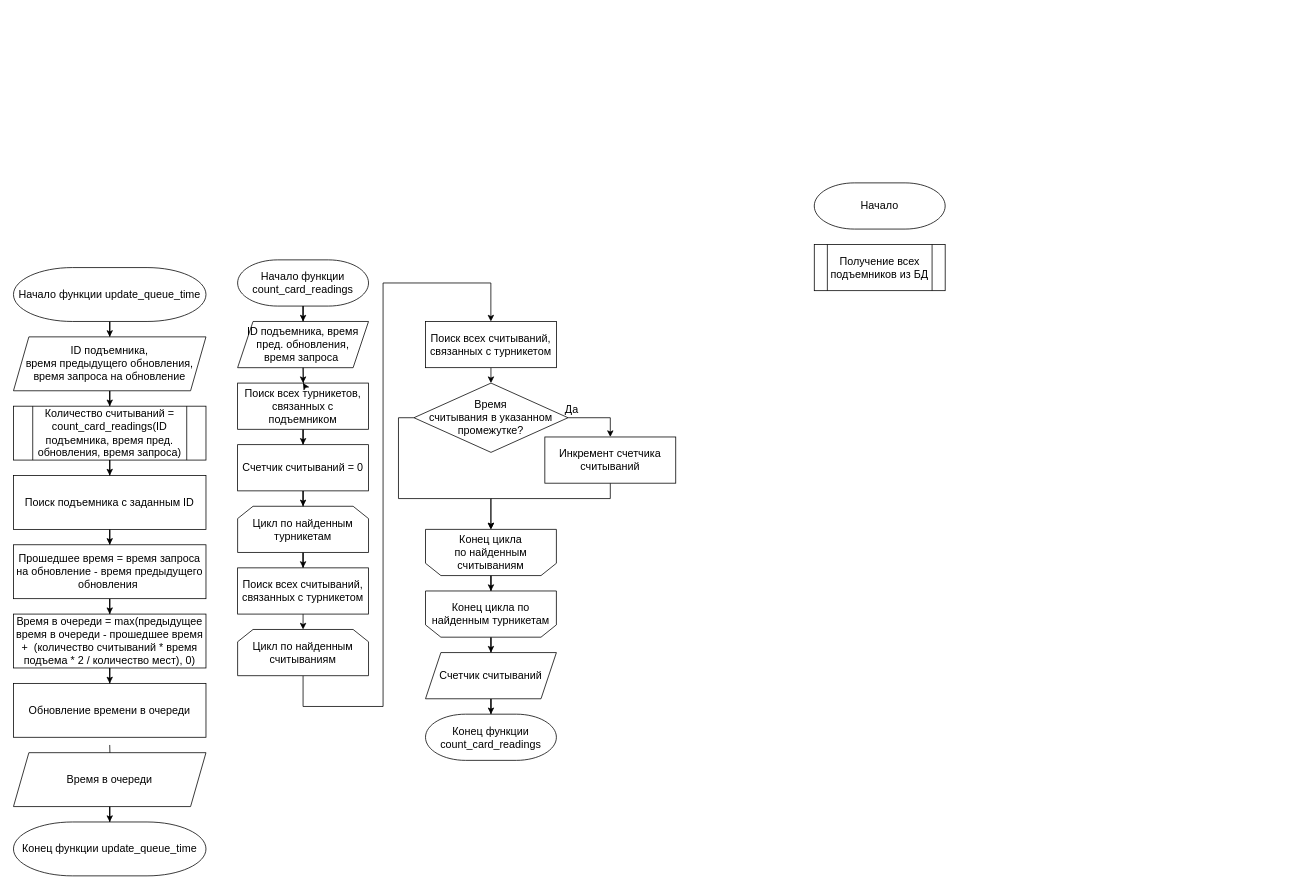
Before: docs/imgs/experiment/function.drawio in alena-zayts/BMSTU_6sem_software_design, a draw.io diagram. Source tidied: cells renumbered, new cells numbered last; positions are measured from the earlier drawing's top-left corner, leaving out a move shared by most shapes. Both pictures are drawn from the tidied source at 77%, with x=0, y=0 at pixel (13, 182).
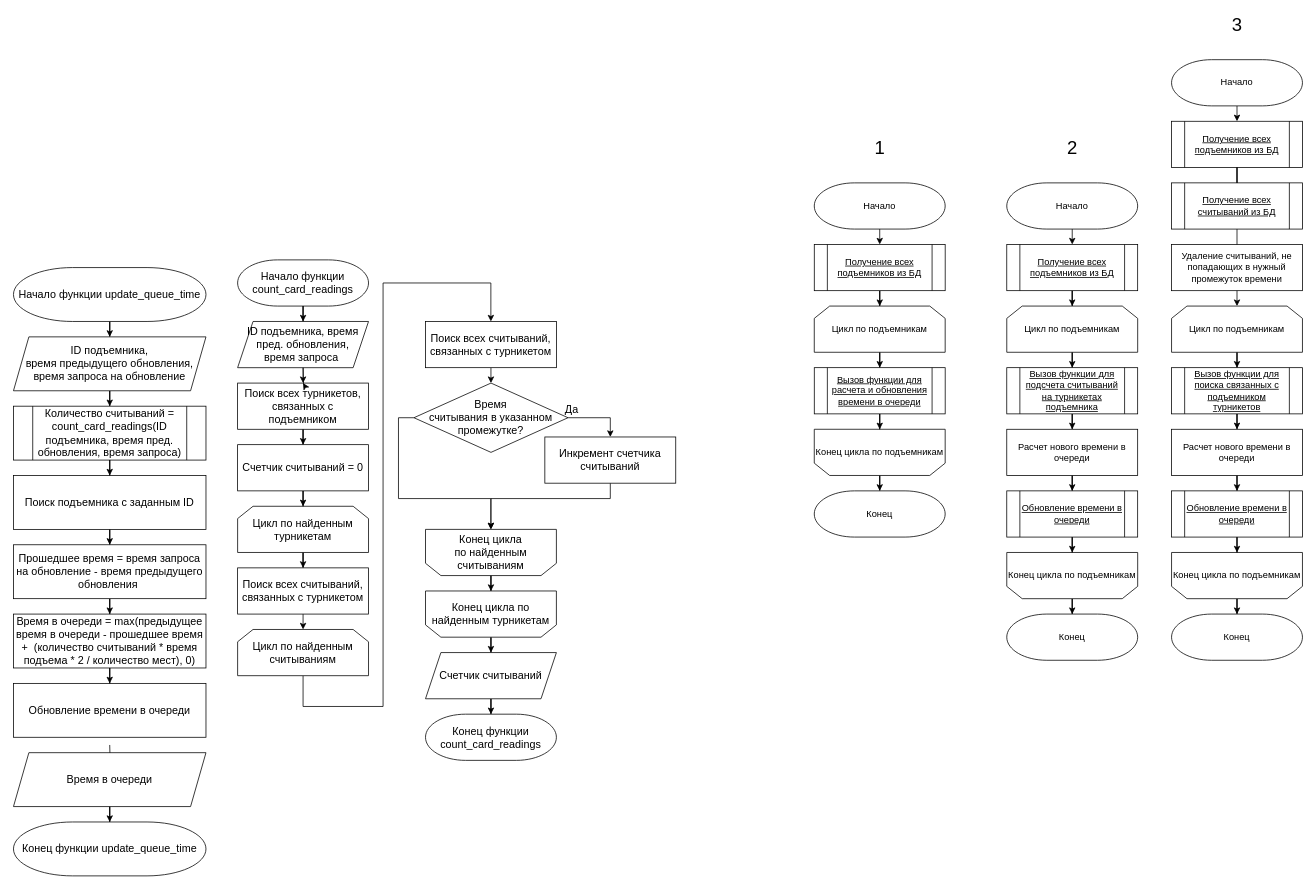
After the change.

The edit, as a diff of the source:
```diff
@@
+    <mxCell id="50" style="edgeStyle=orthogonalEdgeStyle;rounded=0;jettySize=auto;html=1;exitX=0.5;exitY=1;exitDx=0;exitDy=0;exitPerimeter=0;entryX=0.5;entryY=0;entryDx=0;entryDy=0;fontSize=12;" parent="1" edge="1" source="48" target="49">
+      <mxGeometry relative="1" as="geometry" />
+    </mxCell>
-    <mxCell id="48" value="Начало" style="strokeWidth=1;shape=mxgraph.flowchart.terminator;whiteSpace=wrap;fontFamily=Helvetica;fontSize=14;fontStyle=0;" parent="1" vertex="1">
+    <mxCell id="48" value="Начало" style="strokeWidth=1;shape=mxgraph.flowchart.terminator;whiteSpace=wrap;fontFamily=Helvetica;fontSize=12;fontStyle=0;" parent="1" vertex="1">
       <mxGeometry x="1040" width="170" height="60" as="geometry" />
     </mxCell>
+    <mxCell id="51" style="edgeStyle=orthogonalEdgeStyle;rounded=0;jettySize=auto;html=1;exitX=0.5;exitY=1;exitDx=0;exitDy=0;fontSize=12;" parent="1" edge="1" source="49" target="53">
+      <mxGeometry relative="1" as="geometry" />
+    </mxCell>
-    <mxCell id="49" value="Получение всех подъемников из БД" style="shape=process;whiteSpace=wrap;backgroundOutline=1;fontFamily=Helvetica;fontSize=14;fontStyle=0;" parent="1" vertex="1">
+    <mxCell id="49" value="Получение всех подъемников из БД" style="shape=process;whiteSpace=wrap;backgroundOutline=1;fontFamily=Helvetica;fontSize=12;fontStyle=4;" parent="1" vertex="1">
       <mxGeometry x="1040" y="80" width="170" height="60" as="geometry" />
     </mxCell>
+    <mxCell id="52" style="edgeStyle=orthogonalEdgeStyle;rounded=0;jettySize=auto;html=1;fontSize=12;" parent="1" edge="1" source="53" target="57">
+      <mxGeometry relative="1" as="geometry" />
+    </mxCell>
+    <mxCell id="53" value="&lt;span style=&quot;font-size: 12px;&quot;&gt;Цикл по подъемникам&lt;/span&gt;" style="shape=loopLimit;whiteSpace=wrap;html=1;strokeWidth=1;fontSize=12;" parent="1" vertex="1">
+      <mxGeometry x="1040" y="160" width="170" height="60" as="geometry" />
+    </mxCell>
+    <mxCell id="54" style="edgeStyle=orthogonalEdgeStyle;rounded=0;jettySize=auto;html=1;fontSize=12;" parent="1" edge="1" source="55" target="58">
+      <mxGeometry relative="1" as="geometry" />
+    </mxCell>
+    <mxCell id="55" value="&lt;span style=&quot;font-size: 12px;&quot;&gt;Конец цикла по&amp;nbsp;&lt;/span&gt;подъемникам" style="shape=loopLimit;whiteSpace=wrap;html=1;strokeWidth=1;direction=west;fontSize=12;" parent="1" vertex="1">
+      <mxGeometry x="1040" y="320" width="170" height="60" as="geometry" />
+    </mxCell>
+    <mxCell id="56" style="edgeStyle=orthogonalEdgeStyle;rounded=0;jettySize=auto;html=1;fontSize=12;" parent="1" edge="1" source="57" target="55">
+      <mxGeometry relative="1" as="geometry" />
+    </mxCell>
+    <mxCell id="57" value="Вызов функции для расчета и обновления времени в очереди" style="shape=process;whiteSpace=wrap;backgroundOutline=1;fontFamily=Helvetica;fontSize=12;fontStyle=4;" parent="1" vertex="1">
+      <mxGeometry x="1040" y="240" width="170" height="60" as="geometry" />
+    </mxCell>
+    <mxCell id="58" value="Конец" style="strokeWidth=1;shape=mxgraph.flowchart.terminator;whiteSpace=wrap;fontFamily=Helvetica;fontSize=12;fontStyle=0;" parent="1" vertex="1">
+      <mxGeometry x="1040" y="400" width="170" height="60" as="geometry" />
+    </mxCell>
+    <mxCell id="59" value="1" style="text;html=1;align=center;verticalAlign=middle;strokeColor=none;fillColor=none;fontSize=24;" parent="1" vertex="1">
+      <mxGeometry x="1110" y="-60" width="30" height="30" as="geometry" />
+    </mxCell>
+    <mxCell id="60" style="edgeStyle=orthogonalEdgeStyle;rounded=0;jettySize=auto;html=1;exitX=0.5;exitY=1;exitDx=0;exitDy=0;exitPerimeter=0;entryX=0.5;entryY=0;entryDx=0;entryDy=0;fontSize=12;" parent="1" edge="1" source="61" target="63">
+      <mxGeometry relative="1" as="geometry" />
+    </mxCell>
+    <mxCell id="61" value="Начало" style="strokeWidth=1;shape=mxgraph.flowchart.terminator;whiteSpace=wrap;fontFamily=Helvetica;fontSize=12;fontStyle=0;" parent="1" vertex="1">
+      <mxGeometry x="1290" width="170" height="60" as="geometry" />
+    </mxCell>
+    <mxCell id="62" style="edgeStyle=orthogonalEdgeStyle;rounded=0;jettySize=auto;html=1;exitX=0.5;exitY=1;exitDx=0;exitDy=0;fontSize=12;" parent="1" edge="1" source="63" target="65">
+      <mxGeometry relative="1" as="geometry" />
+    </mxCell>
+    <mxCell id="63" value="Получение всех подъемников из БД" style="shape=process;whiteSpace=wrap;backgroundOutline=1;fontFamily=Helvetica;fontSize=12;fontStyle=4;" parent="1" vertex="1">
+      <mxGeometry x="1290" y="80" width="170" height="60" as="geometry" />
+    </mxCell>
+    <mxCell id="64" style="edgeStyle=orthogonalEdgeStyle;rounded=0;jettySize=auto;html=1;fontSize=12;" parent="1" edge="1" source="65" target="70">
+      <mxGeometry relative="1" as="geometry" />
+    </mxCell>
+    <mxCell id="65" value="&lt;span style=&quot;font-size: 12px;&quot;&gt;Цикл по подъемникам&lt;/span&gt;" style="shape=loopLimit;whiteSpace=wrap;html=1;strokeWidth=1;fontSize=12;" parent="1" vertex="1">
+      <mxGeometry x="1290" y="160" width="170" height="60" as="geometry" />
+    </mxCell>
+    <mxCell id="66" style="edgeStyle=orthogonalEdgeStyle;rounded=0;jettySize=auto;html=1;fontSize=12;" parent="1" edge="1" source="67" target="71">
+      <mxGeometry relative="1" as="geometry" />
+    </mxCell>
+    <mxCell id="67" value="&lt;span style=&quot;font-size: 12px;&quot;&gt;Конец цикла по&amp;nbsp;&lt;/span&gt;подъемникам" style="shape=loopLimit;whiteSpace=wrap;html=1;strokeWidth=1;direction=west;fontSize=12;" parent="1" vertex="1">
+      <mxGeometry x="1290" y="480" width="170" height="60" as="geometry" />
+    </mxCell>
+    <mxCell id="68" style="edgeStyle=orthogonalEdgeStyle;rounded=0;jettySize=auto;html=1;fontSize=12;startArrow=none;" parent="1" edge="1" source="75" target="67">
+      <mxGeometry relative="1" as="geometry" />
+    </mxCell>
+    <mxCell id="69" style="edgeStyle=orthogonalEdgeStyle;rounded=0;jettySize=auto;html=1;fontSize=12;" parent="1" edge="1" source="70" target="74">
+      <mxGeometry relative="1" as="geometry" />
+    </mxCell>
+    <mxCell id="70" value="Вызов функции для подсчета считываний на турникетах подъемника" style="shape=process;whiteSpace=wrap;backgroundOutline=1;fontFamily=Helvetica;fontSize=12;fontStyle=4;" parent="1" vertex="1">
+      <mxGeometry x="1290" y="240" width="170" height="60" as="geometry" />
+    </mxCell>
+    <mxCell id="71" value="Конец" style="strokeWidth=1;shape=mxgraph.flowchart.terminator;whiteSpace=wrap;fontFamily=Helvetica;fontSize=12;fontStyle=0;" parent="1" vertex="1">
+      <mxGeometry x="1290" y="560" width="170" height="60" as="geometry" />
+    </mxCell>
+    <mxCell id="72" value="2" style="text;html=1;align=center;verticalAlign=middle;strokeColor=none;fillColor=none;fontSize=24;" parent="1" vertex="1">
+      <mxGeometry x="1360" y="-60" width="30" height="30" as="geometry" />
+    </mxCell>
+    <mxCell id="73" style="edgeStyle=orthogonalEdgeStyle;rounded=0;jettySize=auto;html=1;fontSize=12;" parent="1" edge="1" source="74" target="75">
+      <mxGeometry relative="1" as="geometry" />
+    </mxCell>
+    <mxCell id="74" value="Расчет нового времени в очереди" style="rounded=0;whiteSpace=wrap;strokeWidth=1;fontFamily=Helvetica;fontSize=12;fontStyle=0;" parent="1" vertex="1">
+      <mxGeometry x="1290" y="320" width="170" height="60" as="geometry" />
+    </mxCell>
+    <mxCell id="75" value="Обновление времени в очереди" style="shape=process;whiteSpace=wrap;backgroundOutline=1;fontFamily=Helvetica;fontSize=12;fontStyle=4;" parent="1" vertex="1">
+      <mxGeometry x="1290" y="400" width="170" height="60" as="geometry" />
+    </mxCell>
+    <mxCell id="76" style="edgeStyle=orthogonalEdgeStyle;rounded=0;jettySize=auto;html=1;exitX=0.5;exitY=1;exitDx=0;exitDy=0;exitPerimeter=0;entryX=0.5;entryY=0;entryDx=0;entryDy=0;fontSize=12;" parent="1" edge="1" source="77" target="79">
+      <mxGeometry relative="1" as="geometry" />
+    </mxCell>
+    <mxCell id="77" value="Начало" style="strokeWidth=1;shape=mxgraph.flowchart.terminator;whiteSpace=wrap;fontFamily=Helvetica;fontSize=12;fontStyle=0;" parent="1" vertex="1">
+      <mxGeometry x="1504" y="-160" width="170" height="60" as="geometry" />
+    </mxCell>
+    <mxCell id="78" style="edgeStyle=orthogonalEdgeStyle;rounded=0;jettySize=auto;html=1;exitX=0.5;exitY=1;exitDx=0;exitDy=0;fontSize=12;startArrow=none;" parent="1" edge="1" source="92" target="81">
+      <mxGeometry relative="1" as="geometry" />
+    </mxCell>
+    <mxCell id="79" value="Получение всех подъемников из БД" style="shape=process;whiteSpace=wrap;backgroundOutline=1;fontFamily=Helvetica;fontSize=12;fontStyle=4;" parent="1" vertex="1">
+      <mxGeometry x="1504" y="-80" width="170" height="60" as="geometry" />
+    </mxCell>
+    <mxCell id="80" style="edgeStyle=orthogonalEdgeStyle;rounded=0;jettySize=auto;html=1;fontSize=12;" parent="1" edge="1" source="81" target="86">
+      <mxGeometry relative="1" as="geometry" />
+    </mxCell>
+    <mxCell id="81" value="&lt;span style=&quot;font-size: 12px;&quot;&gt;Цикл по подъемникам&lt;/span&gt;" style="shape=loopLimit;whiteSpace=wrap;html=1;strokeWidth=1;fontSize=12;" parent="1" vertex="1">
+      <mxGeometry x="1504" y="160" width="170" height="60" as="geometry" />
+    </mxCell>
+    <mxCell id="82" style="edgeStyle=orthogonalEdgeStyle;rounded=0;jettySize=auto;html=1;fontSize=12;" parent="1" edge="1" source="83" target="87">
+      <mxGeometry relative="1" as="geometry" />
+    </mxCell>
+    <mxCell id="83" value="&lt;span style=&quot;font-size: 12px;&quot;&gt;Конец цикла по&amp;nbsp;&lt;/span&gt;подъемникам" style="shape=loopLimit;whiteSpace=wrap;html=1;strokeWidth=1;direction=west;fontSize=12;" parent="1" vertex="1">
+      <mxGeometry x="1504" y="480" width="170" height="60" as="geometry" />
+    </mxCell>
+    <mxCell id="84" style="edgeStyle=orthogonalEdgeStyle;rounded=0;jettySize=auto;html=1;fontSize=12;startArrow=none;" parent="1" edge="1" source="91" target="83">
+      <mxGeometry relative="1" as="geometry" />
+    </mxCell>
+    <mxCell id="85" style="edgeStyle=orthogonalEdgeStyle;rounded=0;jettySize=auto;html=1;fontSize=12;" parent="1" edge="1" source="86" target="90">
+      <mxGeometry relative="1" as="geometry" />
+    </mxCell>
+    <mxCell id="86" value="Вызов функции для поиска связанных с подъемником турникетов" style="shape=process;whiteSpace=wrap;backgroundOutline=1;fontFamily=Helvetica;fontSize=12;fontStyle=4;" parent="1" vertex="1">
+      <mxGeometry x="1504" y="240" width="170" height="60" as="geometry" />
+    </mxCell>
+    <mxCell id="87" value="Конец" style="strokeWidth=1;shape=mxgraph.flowchart.terminator;whiteSpace=wrap;fontFamily=Helvetica;fontSize=12;fontStyle=0;" parent="1" vertex="1">
+      <mxGeometry x="1504" y="560" width="170" height="60" as="geometry" />
+    </mxCell>
+    <mxCell id="88" value="3" style="text;html=1;align=center;verticalAlign=middle;strokeColor=none;fillColor=none;fontSize=24;" parent="1" vertex="1">
+      <mxGeometry x="1574" y="-220" width="30" height="30" as="geometry" />
+    </mxCell>
+    <mxCell id="89" style="edgeStyle=orthogonalEdgeStyle;rounded=0;jettySize=auto;html=1;fontSize=12;" parent="1" edge="1" source="90" target="91">
+      <mxGeometry relative="1" as="geometry" />
+    </mxCell>
+    <mxCell id="90" value="Расчет нового времени в очереди" style="rounded=0;whiteSpace=wrap;strokeWidth=1;fontFamily=Helvetica;fontSize=12;fontStyle=0;" parent="1" vertex="1">
+      <mxGeometry x="1504" y="320" width="170" height="60" as="geometry" />
+    </mxCell>
+    <mxCell id="91" value="Обновление времени в очереди" style="shape=process;whiteSpace=wrap;backgroundOutline=1;fontFamily=Helvetica;fontSize=12;fontStyle=4;" parent="1" vertex="1">
+      <mxGeometry x="1504" y="400" width="170" height="60" as="geometry" />
+    </mxCell>
+    <mxCell id="92" value="Получение всех считываний из БД" style="shape=process;whiteSpace=wrap;backgroundOutline=1;fontFamily=Helvetica;fontSize=12;fontStyle=4;" parent="1" vertex="1">
+      <mxGeometry x="1504" width="170" height="60" as="geometry" />
+    </mxCell>
+    <mxCell id="93" style="edgeStyle=orthogonalEdgeStyle;rounded=0;jettySize=auto;html=1;exitX=0.5;exitY=1;exitDx=0;exitDy=0;fontSize=12;endArrow=none;" parent="1" edge="1" source="79" target="92">
+      <mxGeometry relative="1" as="geometry" />
+    </mxCell>
+    <mxCell id="94" value="Удаление считываний, не попадающих в нужный промежуток времени" style="rounded=0;whiteSpace=wrap;strokeWidth=1;fontFamily=Helvetica;fontSize=12;fontStyle=0;" parent="1" vertex="1">
+      <mxGeometry x="1504" y="80" width="170" height="60" as="geometry" />
+    </mxCell>
```
